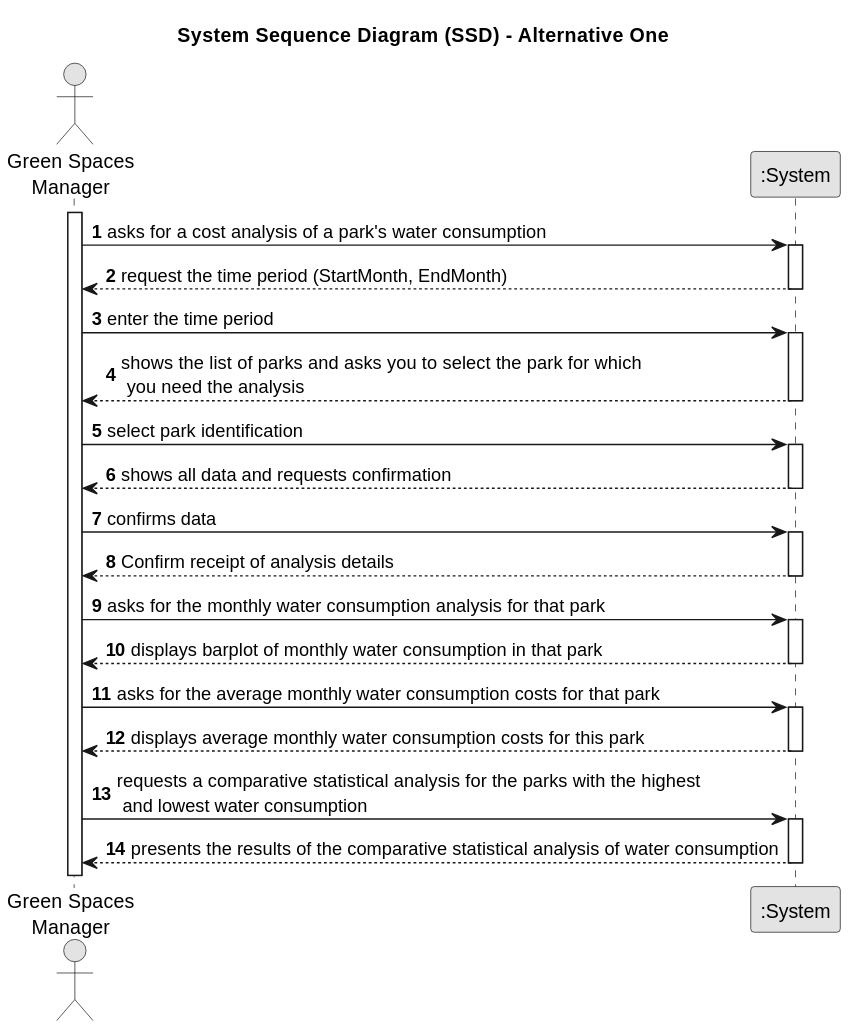
Before: docs/sprintB/us009/01.requirements-engineering/svg/us009-system-sequence-diagram-alternative-one.svg, a diagram exported from PlantUML (diogoveirospro/lei-24-s2-1dg-g072). Source of this version:
```plantuml
@startuml
skinparam monochrome true
skinparam packageStyle rectangle
skinparam shadowing false

title System Sequence Diagram (SSD) - Alternative One

autonumber

actor "Green Spaces\nManager" as GSM
participant ":System" as System

activate GSM

    GSM -> System : asks for a cost analysis of a park's water consumption
    activate System

        System --> GSM : request the time period (StartMonth, EndMonth)
    deactivate System

    GSM -> System : enter the time period
    activate System

        System --> GSM : shows the list of parks and asks you to select the park for which \n you need the analysis
    deactivate System

    GSM -> System : select park identification
    activate System

        System --> GSM : shows all data and requests confirmation
    deactivate System

    GSM -> System : confirms data
    activate System

        System --> GSM :  Confirm receipt of analysis details
    deactivate System

    GSM -> System : asks for the monthly water consumption analysis for that park
    activate System

        System --> GSM : displays barplot of monthly water consumption in that park
    deactivate System

    GSM -> System : asks for the average monthly water consumption costs for that park
    activate System

        System --> GSM : displays average monthly water consumption costs for this park
    deactivate System

    GSM -> System : requests a comparative statistical analysis for the parks with the highest \n and lowest water consumption
    activate System

        System --> GSM : presents the results of the comparative statistical analysis of water consumption
    deactivate System
@enduml
```
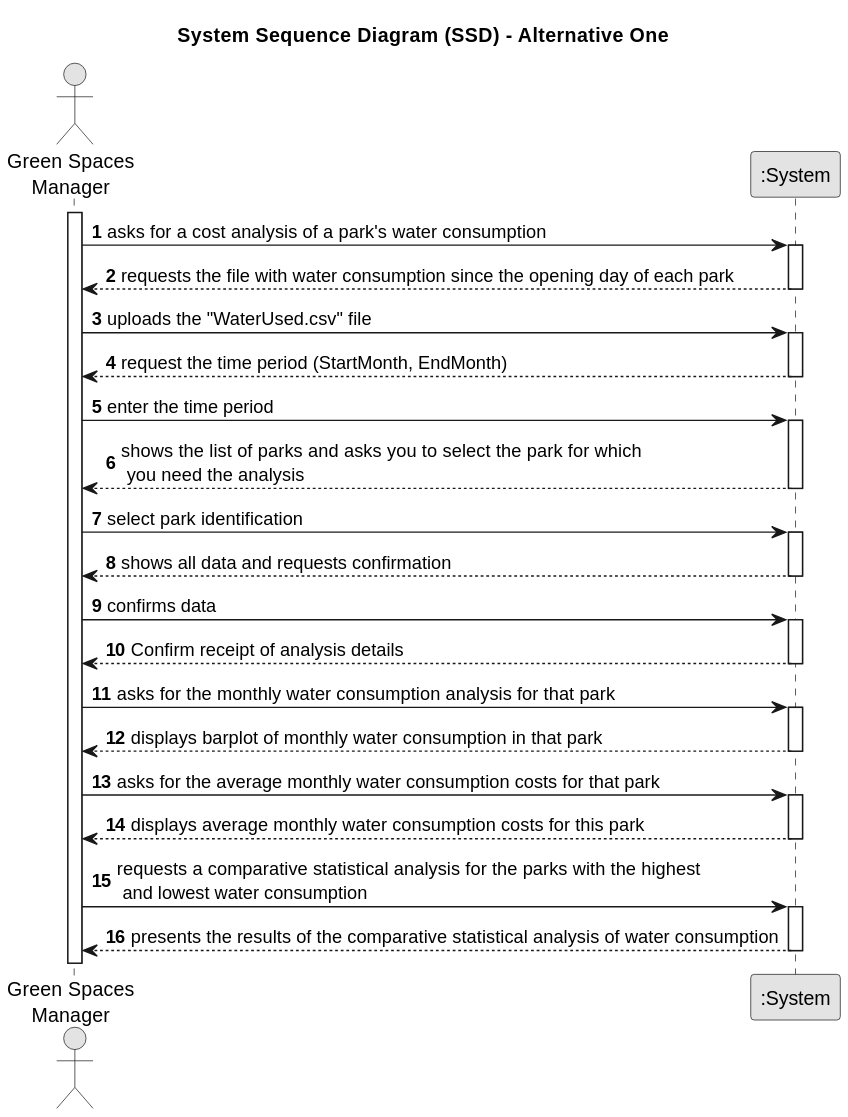
The same file after the commit.

Commit message:
Small change to the System Sequence Diagram

Change to the diagram source:
```diff
@@ -13,6 +13,12 @@
 activate GSM
 
     GSM -> System : asks for a cost analysis of a park's water consumption
+    activate System
+
+        System --> GSM : requests the file with water consumption since the opening day of each park
+    deactivate System
+
+    GSM -> System : uploads the "WaterUsed.csv" file
     activate System
 
         System --> GSM : request the time period (StartMonth, EndMonth)
```
